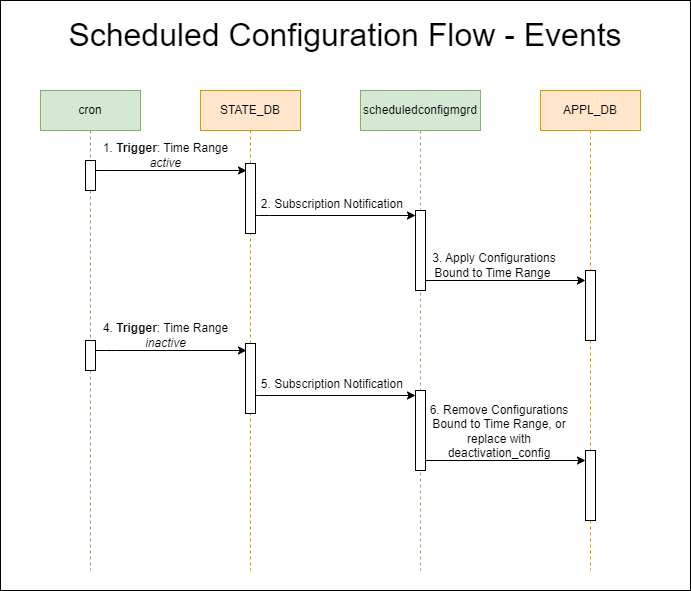
This is doc/scheduled-configurations/images/scheduled-configuration-flow-events.png from sonic-net/SONiC, a draw.io export, as it was before one commit. Source tidied: cells renumbered, new cells last; positions are measured from the earlier drawing's top-left corner, leaving out a move shared by most shapes.
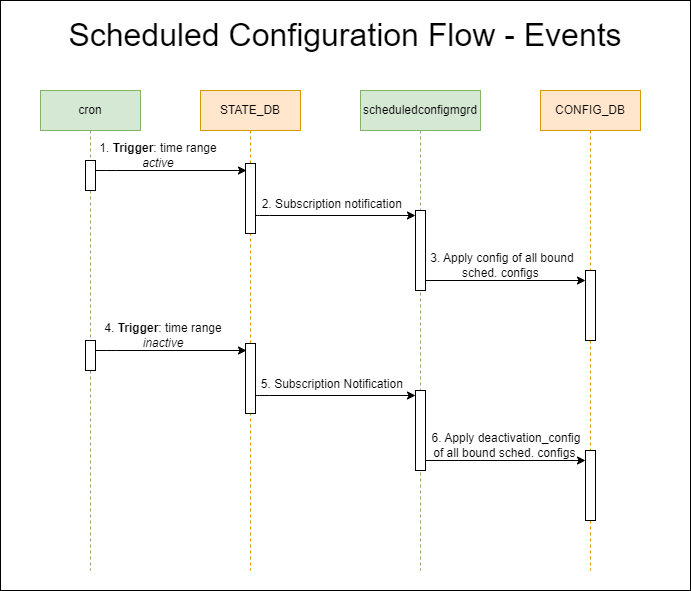
After the commit.

Commit message:
Redesign of Scheduled Configurations

The edit, as a diff of the source:
```diff
@@ -29,7 +29,7 @@
         </Array>
       </mxGeometry>
     </mxCell>
-    <mxCell id="9" value="2. Subscription Notification&amp;nbsp;" style="text;html=1;strokeColor=none;fillColor=none;align=center;verticalAlign=middle;whiteSpace=wrap;rounded=0;" parent="1" vertex="1">
+    <mxCell id="9" value="2. Subscription notification&amp;nbsp;" style="text;html=1;strokeColor=none;fillColor=none;align=center;verticalAlign=middle;whiteSpace=wrap;rounded=0;" parent="1" vertex="1">
       <mxGeometry x="251" y="189" width="165" height="30" as="geometry" />
     </mxCell>
     <mxCell id="10" value="cron" style="shape=umlLifeline;perimeter=lifelinePerimeter;whiteSpace=wrap;html=1;fillColor=#d5e8d4;strokeColor=#82b366;" parent="1" vertex="1">
@@ -47,7 +47,7 @@
         </Array>
       </mxGeometry>
     </mxCell>
-    <mxCell id="13" value="APPL_DB" style="shape=umlLifeline;perimeter=lifelinePerimeter;whiteSpace=wrap;html=1;fillColor=#ffe6cc;strokeColor=#d79b00;" parent="1" vertex="1">
+    <mxCell id="13" value="CONFIG_DB" style="shape=umlLifeline;perimeter=lifelinePerimeter;whiteSpace=wrap;html=1;fillColor=#ffe6cc;strokeColor=#d79b00;" parent="1" vertex="1">
       <mxGeometry x="540" y="90" width="100" height="480" as="geometry" />
     </mxCell>
     <mxCell id="14" style="html=1;perimeter=orthogonalPerimeter;" parent="13" vertex="1">
@@ -58,11 +58,11 @@
         <mxPoint x="45" y="190" as="targetPoint" />
       </mxGeometry>
     </mxCell>
-    <mxCell id="16" value="1. &lt;b&gt;Trigger&lt;/b&gt;: Time Range &lt;i&gt;active&lt;/i&gt;" style="text;html=1;strokeColor=none;fillColor=none;align=center;verticalAlign=middle;whiteSpace=wrap;rounded=0;" parent="1" vertex="1">
-      <mxGeometry x="85" y="140" width="161" height="30" as="geometry" />
+    <mxCell id="16" value="1. &lt;b&gt;Trigger&lt;/b&gt;: time range &lt;i&gt;active&lt;/i&gt;" style="text;html=1;strokeColor=none;fillColor=none;align=center;verticalAlign=middle;whiteSpace=wrap;rounded=0;" parent="1" vertex="1">
+      <mxGeometry x="85" y="140" width="146" height="30" as="geometry" />
     </mxCell>
-    <mxCell id="17" value="3. Apply Configurations Bound to Time Range&amp;nbsp;" style="text;html=1;strokeColor=none;fillColor=none;align=center;verticalAlign=middle;whiteSpace=wrap;rounded=0;" parent="1" vertex="1">
-      <mxGeometry x="414" y="255" width="160" height="20" as="geometry" />
+    <mxCell id="17" value="3. Apply config of all bound sched. configs&amp;nbsp;" style="text;html=1;strokeColor=none;fillColor=none;align=center;verticalAlign=middle;whiteSpace=wrap;rounded=0;" parent="1" vertex="1">
+      <mxGeometry x="422" y="255" width="160" height="20" as="geometry" />
     </mxCell>
     <mxCell id="18" style="html=1;points=[];perimeter=orthogonalPerimeter;" parent="1" vertex="1">
       <mxGeometry x="415" y="390" width="10" height="80" as="geometry" />
@@ -102,11 +102,11 @@
         <mxPoint x="585" y="460" as="targetPoint" />
       </mxGeometry>
     </mxCell>
-    <mxCell id="26" value="4. &lt;b&gt;Trigger&lt;/b&gt;: Time Range &lt;i&gt;inactive&lt;/i&gt;" style="text;html=1;strokeColor=none;fillColor=none;align=center;verticalAlign=middle;whiteSpace=wrap;rounded=0;" parent="1" vertex="1">
-      <mxGeometry x="85" y="320" width="161" height="30" as="geometry" />
+    <mxCell id="26" value="4. &lt;b&gt;Trigger&lt;/b&gt;: time range &lt;i&gt;inactive&lt;/i&gt;" style="text;html=1;strokeColor=none;fillColor=none;align=center;verticalAlign=middle;whiteSpace=wrap;rounded=0;" parent="1" vertex="1">
+      <mxGeometry x="85" y="320" width="156" height="30" as="geometry" />
     </mxCell>
-    <mxCell id="27" value="6. Remove Configurations Bound to Time Range, or replace with deactivation_config" style="text;html=1;strokeColor=none;fillColor=none;align=center;verticalAlign=middle;whiteSpace=wrap;rounded=0;" parent="1" vertex="1">
-      <mxGeometry x="419" y="421" width="160" height="20" as="geometry" />
+    <mxCell id="27" value="6. Apply deactivation_config of all bound sched. configs&amp;nbsp;" style="text;html=1;strokeColor=none;fillColor=none;align=center;verticalAlign=middle;whiteSpace=wrap;rounded=0;" parent="1" vertex="1">
+      <mxGeometry x="426" y="435" width="160" height="20" as="geometry" />
     </mxCell>
   </root>
 </mxGraphModel>
```
